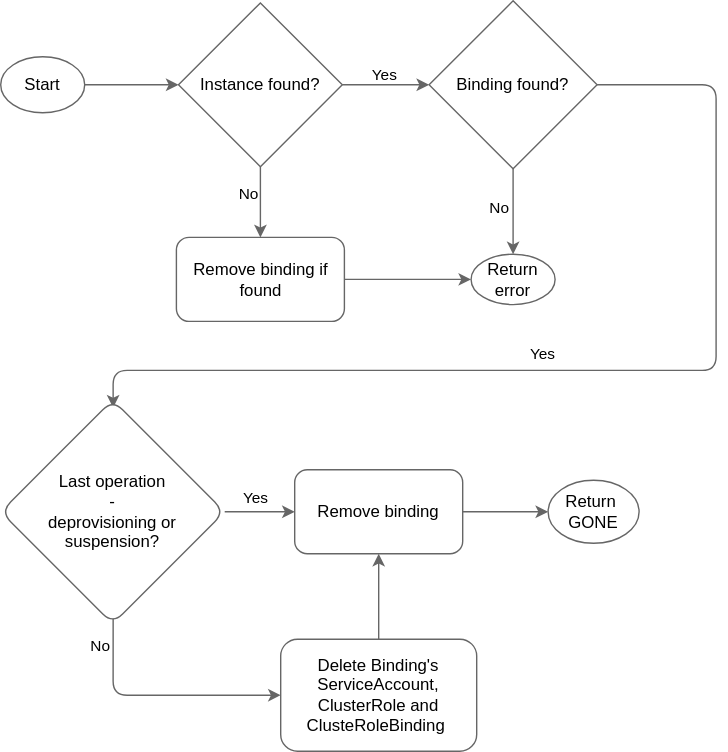
kyma-project/kyma-environment-broker keeps this draw.io diagram as docs/assets/bindings-delete-flow.drawio.svg. Above is the earlier version. Source tidied: cells renumbered, new cells last; positions are measured from the earlier drawing's top-left corner, leaving out a move shared by most shapes.
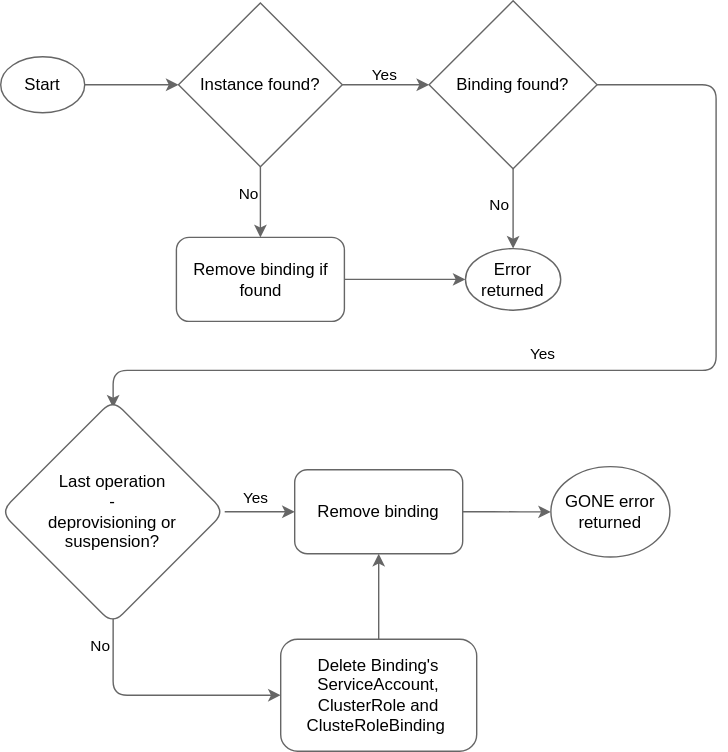
The same diagram one commit later.

The edit, as a diff of the source:
```diff
@@ -43,8 +43,8 @@
     <mxCell id="12" value="Binding found?" style="rhombus;whiteSpace=wrap;html=1;fillColor=#ffffff;fontColor=#000000;strokeColor=#666666;" parent="1" vertex="1">
       <mxGeometry x="306" width="120" height="120" as="geometry" />
     </mxCell>
-    <mxCell id="13" value="Return error" style="ellipse;whiteSpace=wrap;html=1;fillColor=#ffffff;fontColor=#000000;strokeColor=#666666;" parent="1" vertex="1">
-      <mxGeometry x="336" y="181" width="60" height="36" as="geometry" />
+    <mxCell id="13" value="Error returned" style="ellipse;whiteSpace=wrap;html=1;fillColor=#ffffff;fontColor=#000000;strokeColor=#666666;" parent="1" vertex="1">
+      <mxGeometry x="332" y="177" width="68" height="44" as="geometry" />
     </mxCell>
     <mxCell id="14" value="Yes" style="edgeStyle=orthogonalEdgeStyle;rounded=1;jettySize=auto;html=1;curved=0;strokeColor=#666666;fontColor=#000000;labelBackgroundColor=none;exitX=1;exitY=0.5;exitDx=0;exitDy=0;" parent="1" edge="1" source="17" target="19">
       <mxGeometry x="-0.12" y="10" relative="1" as="geometry" />
@@ -76,8 +76,8 @@
     <mxCell id="21" value="Delete Binding's ServiceAccount, ClusterRole and ClusteRoleBinding&amp;nbsp;" style="whiteSpace=wrap;html=1;fillColor=#ffffff;fontColor=#000000;strokeColor=#666666;rounded=1;" parent="1" vertex="1">
       <mxGeometry x="200" y="456" width="140" height="80" as="geometry" />
     </mxCell>
-    <mxCell id="22" value="Return&amp;nbsp;&lt;br&gt;GONE" style="ellipse;whiteSpace=wrap;html=1;fillColor=#ffffff;fontColor=#000000;strokeColor=#666666;" parent="1" vertex="1">
-      <mxGeometry x="391" y="342.5" width="65" height="45" as="geometry" />
+    <mxCell id="22" value="GONE error returned" style="ellipse;whiteSpace=wrap;html=1;fillColor=#ffffff;fontColor=#000000;strokeColor=#666666;" parent="1" vertex="1">
+      <mxGeometry x="393" y="332.8" width="85" height="64.5" as="geometry" />
     </mxCell>
   </root>
 </mxGraphModel>
```
